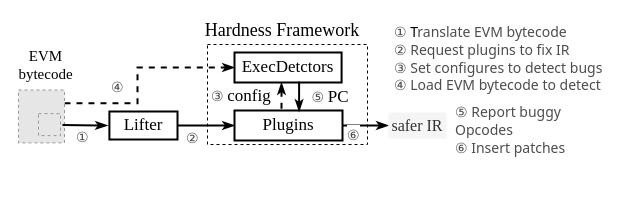
This is page "plugins" (3 of 11) of Untitled Diagram.drawio from Kenun99/drawio.repo, a draw.io file, before an edit. Source tidied: cells renumbered, new cells numbered last; positions are measured from the earlier drawing's top-left corner, leaving out a move shared by most shapes. Both pictures are drawn from the tidied source at 100%, with x=0, y=0 at pixel (17, 17). Pictures stored in the file or linked from it are replaced by grey dashed boxes.
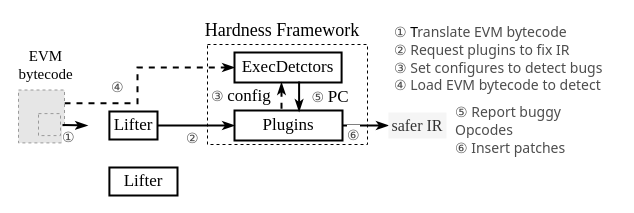
The same page after the edit.

What changed in the source:
```diff
@@
     <mxCell id="14" value="Lifter" style="rounded=0;whiteSpace=wrap;html=1;fontFamily=Times New Roman;fontColor=#000000;fontSize=17;strokeWidth=2;" parent="1" vertex="1">
-      <mxGeometry x="91.9" y="94" width="68.1" height="28" as="geometry" />
+      <mxGeometry x="91.9" y="94" width="48.1" height="28" as="geometry" />
     </mxCell>
     <mxCell id="15" style="endArrow=classicThin;html=1;rounded=0;strokeWidth=2;fontSize=13;endFill=1;" parent="1" edge="1">
       <mxGeometry relative="1" as="geometry">
         <mxPoint x="45" y="107.6" as="sourcePoint" />
-        <mxPoint x="90" y="108" as="targetPoint" />
+        <mxPoint x="70" y="108" as="targetPoint" />
       </mxGeometry>
     </mxCell>
@@
     <mxCell id="19" value="&lt;span style=&quot;color: rgb(77, 77, 77); font-family: tahoma; font-size: 14px; font-style: normal; font-weight: 400; letter-spacing: normal; text-align: left; text-indent: 0px; text-transform: none; word-spacing: 0px; background-color: rgb(255, 255, 255); display: inline; float: none;&quot;&gt;①&lt;/span&gt;" style="text;whiteSpace=wrap;html=1;fontSize=14;fontFamily=Times New Roman;" parent="1" vertex="1">
-      <mxGeometry x="57.1" y="105" width="20" height="19" as="geometry" />
+      <mxGeometry x="43.1" y="105" width="20" height="19" as="geometry" />
     </mxCell>
@@
+    <mxCell id="32" value="Lifter" style="rounded=0;whiteSpace=wrap;html=1;fontFamily=Times New Roman;fontColor=#000000;fontSize=17;strokeWidth=2;" parent="1" vertex="1">
+      <mxGeometry x="91.9" y="150" width="68.1" height="28" as="geometry" />
+    </mxCell>
```
